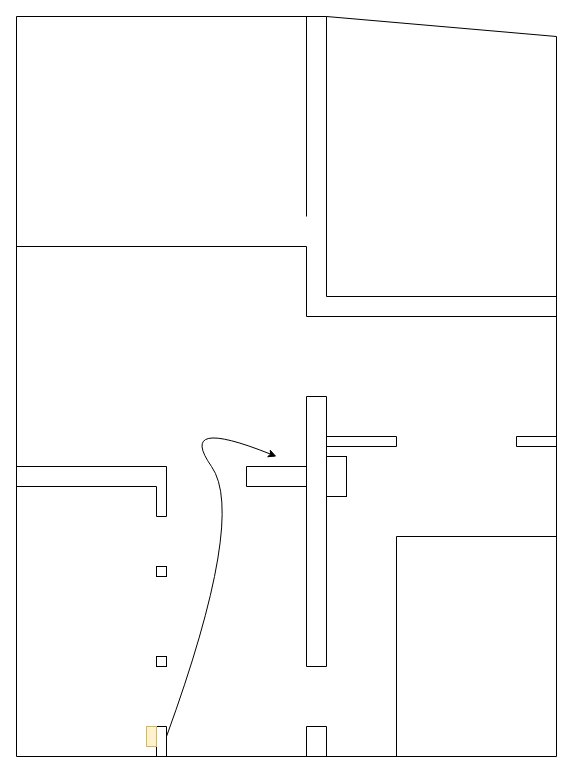
Earlier version of the draw.io diagram Vue generale.drawio (legeekpratique/Alpha). Source tidied: cells renumbered, new cells numbered last; positions are measured from the earlier drawing's top-left corner, leaving out a move shared by most shapes. Both pictures are drawn from the tidied source at 100%, with x=0, y=0 at pixel (16, 16).
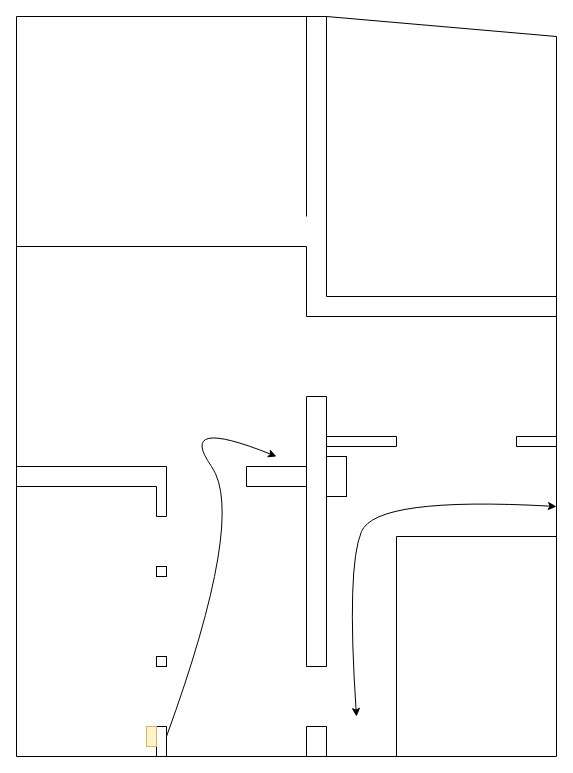
The same diagram, later.

Commit message:
Flèches de passage

What changed in the source:
```diff
@@
+    <mxCell id="21" style="curved=1;endArrow=classic;html=1;rounded=0;startArrow=classic;startFill=1;" parent="1" edge="1">
+      <mxGeometry relative="1" as="geometry">
+        <mxPoint x="540" y="490" as="sourcePoint" />
+        <mxPoint x="340" y="700" as="targetPoint" />
+        <Array as="points">
+          <mxPoint x="360" y="480" />
+          <mxPoint x="330" y="550" />
+        </Array>
+      </mxGeometry>
+    </mxCell>
```
